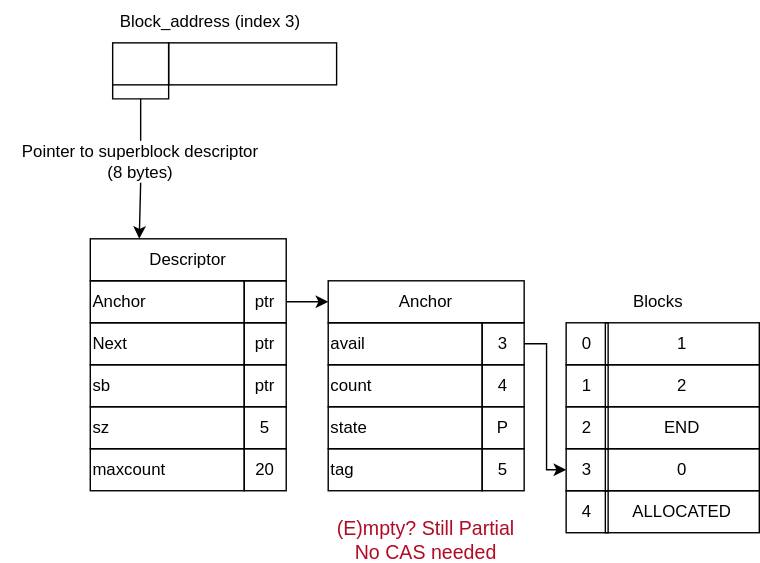
Above: img/free/free-CAS_Empty.drawio.svg in ConcLab/Docs (draw.io), before the change. Source tidied: cells renumbered, new cells last; positions are measured from the earlier drawing's top-left corner, leaving out a move shared by most shapes. Source of this version:
```xml
<mxGraphModel>
  <root>
    <mxCell id="0" />
    <mxCell id="1" parent="0" />
    <mxCell id="2" style="rounded=0;whiteSpace=wrap;html=1;fillColor=none;strokeColor=light-dark(#000000,#FFFFFF);" parent="1" vertex="1">
      <mxGeometry x="80" y="30" width="40" height="30" as="geometry" />
    </mxCell>
    <mxCell id="3" style="rounded=0;whiteSpace=wrap;html=1;fillColor=none;" parent="1" vertex="1">
      <mxGeometry x="120" y="30" width="120" height="30" as="geometry" />
    </mxCell>
    <mxCell id="4" style="endArrow=none;html=1;rounded=0;defaultLabelBackgroundColor=page;labelPadding=0 4;entryX=0;entryY=1;entryDx=0;entryDy=0;exitX=0;exitY=1;exitDx=0;exitDy=0;" parent="1" edge="1" source="3" target="2">
      <mxGeometry x="0.27" relative="1" as="geometry">
        <Array as="points">
          <mxPoint x="120" y="70" />
          <mxPoint x="100" y="70" />
          <mxPoint x="80" y="70" />
        </Array>
      </mxGeometry>
    </mxCell>
    <mxCell id="5" style="endArrow=none;html=1;rounded=0;defaultLabelBackgroundColor=page;labelPadding=0 4;" parent="1" edge="1" source="41">
      <mxGeometry relative="1" as="geometry">
        <mxPoint x="100" y="70" as="targetPoint" />
      </mxGeometry>
    </mxCell>
    <mxCell id="6" value="Descriptor" style="rounded=0;whiteSpace=wrap;html=1;fillColor=none;" parent="1" vertex="1">
      <mxGeometry x="64" y="170" width="140" height="30" as="geometry" />
    </mxCell>
    <mxCell id="7" value="Anchor" style="rounded=0;whiteSpace=wrap;html=1;align=left;fontColor=light-dark(#000000,#FFFFFF);strokeWidth=1;strokeColor=light-dark(#000000,#FFFFFF);fillColor=none;" parent="1" vertex="1">
      <mxGeometry x="64" y="200" width="110" height="30" as="geometry" />
    </mxCell>
    <mxCell id="8" value="ptr" style="rounded=0;whiteSpace=wrap;html=1;fontColor=light-dark(#000000,#FFFFFF);strokeWidth=1;strokeColor=light-dark(#000000,#FFFFFF);fillColor=none;" parent="1" vertex="1">
      <mxGeometry x="174" y="200" width="30" height="30" as="geometry" />
    </mxCell>
    <mxCell id="9" value="Next" style="rounded=0;whiteSpace=wrap;html=1;align=left;fillColor=none;" parent="1" vertex="1">
      <mxGeometry x="64" y="230" width="110" height="30" as="geometry" />
    </mxCell>
    <mxCell id="10" value="ptr" style="rounded=0;whiteSpace=wrap;html=1;fillColor=none;" parent="1" vertex="1">
      <mxGeometry x="174" y="230" width="30" height="30" as="geometry" />
    </mxCell>
    <mxCell id="11" value="sb" style="rounded=0;whiteSpace=wrap;html=1;align=left;fillColor=none;" parent="1" vertex="1">
      <mxGeometry x="64" y="260" width="110" height="30" as="geometry" />
    </mxCell>
    <mxCell id="12" value="ptr" style="rounded=0;whiteSpace=wrap;html=1;fillColor=none;" parent="1" vertex="1">
      <mxGeometry x="174" y="260" width="30" height="30" as="geometry" />
    </mxCell>
    <mxCell id="13" value="sz" style="rounded=0;whiteSpace=wrap;html=1;align=left;fillColor=none;" parent="1" vertex="1">
      <mxGeometry x="64" y="290" width="110" height="30" as="geometry" />
    </mxCell>
    <mxCell id="14" value="5" style="rounded=0;whiteSpace=wrap;html=1;fillColor=none;" parent="1" vertex="1">
      <mxGeometry x="174" y="290" width="30" height="30" as="geometry" />
    </mxCell>
    <mxCell id="15" value="maxcount" style="rounded=0;whiteSpace=wrap;html=1;align=left;fillColor=none;" parent="1" vertex="1">
      <mxGeometry x="64" y="320" width="110" height="30" as="geometry" />
    </mxCell>
    <mxCell id="16" value="20" style="rounded=0;whiteSpace=wrap;html=1;fillColor=none;" parent="1" vertex="1">
      <mxGeometry x="174" y="320" width="30" height="30" as="geometry" />
    </mxCell>
    <mxCell id="17" style="endArrow=classic;html=1;rounded=0;defaultLabelBackgroundColor=page;labelPadding=0 4;exitX=1;exitY=0.5;exitDx=0;exitDy=0;entryX=0;entryY=0.5;entryDx=0;entryDy=0;strokeColor=light-dark(#000000,#FFFFFF);" parent="1" edge="1" source="8" target="18">
      <mxGeometry relative="1" as="geometry" />
    </mxCell>
    <mxCell id="18" value="Anchor" style="rounded=0;whiteSpace=wrap;html=1;fillColor=none;" parent="1" vertex="1">
      <mxGeometry x="234" y="200" width="140" height="30" as="geometry" />
    </mxCell>
    <mxCell id="19" value="avail" style="rounded=0;whiteSpace=wrap;html=1;align=left;fillColor=none;" parent="1" vertex="1">
      <mxGeometry x="234" y="230" width="110" height="30" as="geometry" />
    </mxCell>
    <mxCell id="20" value="3" style="rounded=0;whiteSpace=wrap;html=1;fontColor=light-dark(#000000,#FFFFFF);strokeColor=light-dark(#000000,#FFFFFF);fillColor=none;" parent="1" vertex="1">
      <mxGeometry x="344" y="230" width="30" height="30" as="geometry" />
    </mxCell>
    <mxCell id="21" value="1" style="rounded=0;whiteSpace=wrap;html=1;align=center;fillColor=none;" parent="1" vertex="1">
      <mxGeometry x="432" y="230" width="110" height="30" as="geometry" />
    </mxCell>
    <mxCell id="22" value="0" style="rounded=0;whiteSpace=wrap;html=1;fillColor=none;" parent="1" vertex="1">
      <mxGeometry x="404" y="230" width="30" height="30" as="geometry" />
    </mxCell>
    <mxCell id="23" value="Blocks" style="text;html=1;whiteSpace=wrap;strokeColor=none;fillColor=none;align=center;verticalAlign=middle;rounded=0;" parent="1" vertex="1">
      <mxGeometry x="440" y="200" width="60" height="30" as="geometry" />
    </mxCell>
    <mxCell id="24" value="2" style="rounded=0;whiteSpace=wrap;html=1;align=center;fillColor=none;" parent="1" vertex="1">
      <mxGeometry x="432" y="260" width="110" height="30" as="geometry" />
    </mxCell>
    <mxCell id="25" value="1" style="rounded=0;whiteSpace=wrap;html=1;fillColor=none;" parent="1" vertex="1">
      <mxGeometry x="404" y="260" width="30" height="30" as="geometry" />
    </mxCell>
    <mxCell id="26" value="END" style="rounded=0;whiteSpace=wrap;html=1;align=center;fillColor=none;" parent="1" vertex="1">
      <mxGeometry x="432" y="290" width="110" height="30" as="geometry" />
    </mxCell>
    <mxCell id="27" value="2" style="rounded=0;whiteSpace=wrap;html=1;fillColor=none;" parent="1" vertex="1">
      <mxGeometry x="404" y="290" width="30" height="30" as="geometry" />
    </mxCell>
    <mxCell id="28" value="0" style="rounded=0;whiteSpace=wrap;html=1;align=center;fontColor=light-dark(#000000,#FFFFFF);strokeColor=light-dark(#000000,#FFFFFF);strokeWidth=1;fillColor=none;" parent="1" vertex="1">
      <mxGeometry x="432" y="320" width="110" height="30" as="geometry" />
    </mxCell>
    <mxCell id="29" value="3" style="rounded=0;whiteSpace=wrap;html=1;fillColor=none;" parent="1" vertex="1">
      <mxGeometry x="404" y="320" width="30" height="30" as="geometry" />
    </mxCell>
    <mxCell id="30" value="ALLOCATED" style="rounded=0;whiteSpace=wrap;html=1;align=center;fillColor=none;" parent="1" vertex="1">
      <mxGeometry x="432" y="350" width="110" height="30" as="geometry" />
    </mxCell>
    <mxCell id="31" value="4" style="rounded=0;whiteSpace=wrap;html=1;fillColor=none;" parent="1" vertex="1">
      <mxGeometry x="404" y="350" width="30" height="30" as="geometry" />
    </mxCell>
    <mxCell id="32" style="endArrow=classic;html=1;rounded=0;defaultLabelBackgroundColor=page;labelPadding=0 4;exitX=1;exitY=0.5;exitDx=0;exitDy=0;entryX=0;entryY=0.5;entryDx=0;entryDy=0;fontColor=light-dark(#000000,#B10B25);strokeColor=light-dark(#000000,#FFFFFF);" parent="1" edge="1" source="20" target="29">
      <mxGeometry relative="1" as="geometry">
        <Array as="points">
          <mxPoint x="390" y="245" />
          <mxPoint x="390" y="335" />
        </Array>
      </mxGeometry>
    </mxCell>
    <mxCell id="33" value="count" style="rounded=0;whiteSpace=wrap;html=1;align=left;fillColor=none;" parent="1" vertex="1">
      <mxGeometry x="234" y="260" width="110" height="30" as="geometry" />
    </mxCell>
    <mxCell id="34" value="4" style="rounded=0;whiteSpace=wrap;html=1;strokeColor=light-dark(#000000,#FFFFFF);fontColor=light-dark(#000000,#FFFFFF);strokeWidth=1;fillColor=none;" parent="1" vertex="1">
      <mxGeometry x="344" y="260" width="30" height="30" as="geometry" />
    </mxCell>
    <mxCell id="35" value="state" style="rounded=0;whiteSpace=wrap;html=1;align=left;fillColor=none;" parent="1" vertex="1">
      <mxGeometry x="234" y="290" width="110" height="30" as="geometry" />
    </mxCell>
    <mxCell id="36" value="P" style="rounded=0;whiteSpace=wrap;html=1;fontColor=light-dark(#000000,#FFFFFF);strokeColor=light-dark(#000000,#FFFFFF);fillColor=none;" parent="1" vertex="1">
      <mxGeometry x="344" y="290" width="30" height="30" as="geometry" />
    </mxCell>
    <mxCell id="37" value="tag" style="rounded=0;whiteSpace=wrap;html=1;align=left;fillColor=none;" parent="1" vertex="1">
      <mxGeometry x="234" y="320" width="110" height="30" as="geometry" />
    </mxCell>
    <mxCell id="38" value="5" style="rounded=0;whiteSpace=wrap;html=1;fillColor=none;" parent="1" vertex="1">
      <mxGeometry x="344" y="320" width="30" height="30" as="geometry" />
    </mxCell>
    <mxCell id="39" style="endArrow=classic;html=1;rounded=0;defaultLabelBackgroundColor=page;labelPadding=0 4;exitX=0.5;exitY=1;exitDx=0;exitDy=0;entryX=0.25;entryY=0;entryDx=0;entryDy=0;" parent="1" edge="1" source="41" target="6">
      <mxGeometry relative="1" as="geometry" />
    </mxCell>
    <mxCell id="40" style="endArrow=none;html=1;rounded=0;defaultLabelBackgroundColor=page;labelPadding=0 4;" parent="1" edge="1" target="41">
      <mxGeometry relative="1" as="geometry">
        <mxPoint x="100" y="100" as="sourcePoint" />
      </mxGeometry>
    </mxCell>
    <mxCell id="41" value="&lt;div&gt;Pointer to superblock descriptor&lt;/div&gt;(8 bytes)" style="text;html=1;whiteSpace=wrap;strokeColor=none;fillColor=none;align=center;verticalAlign=middle;rounded=0;fontColor=light-dark(#000000,#FFFFFF);" parent="1" vertex="1">
      <mxGeometry y="100" width="200" height="30" as="geometry" />
    </mxCell>
    <mxCell id="42" value="&lt;div&gt;Block_address (index 3)&lt;/div&gt;" style="text;html=1;whiteSpace=wrap;strokeColor=none;fillColor=none;align=center;verticalAlign=middle;rounded=0;" parent="1" vertex="1">
      <mxGeometry x="80" width="140" height="30" as="geometry" />
    </mxCell>
    <mxCell id="43" value="(E)mpty? Still Partial&lt;br&gt;No CAS needed" style="text;html=1;whiteSpace=wrap;strokeColor=none;fillColor=none;align=center;verticalAlign=middle;rounded=0;fontColor=light-dark(#B10B25,#B10B25);fontSize=14;" parent="1" vertex="1">
      <mxGeometry x="227" y="370" width="154" height="30" as="geometry" />
    </mxCell>
  </root>
</mxGraphModel>
```
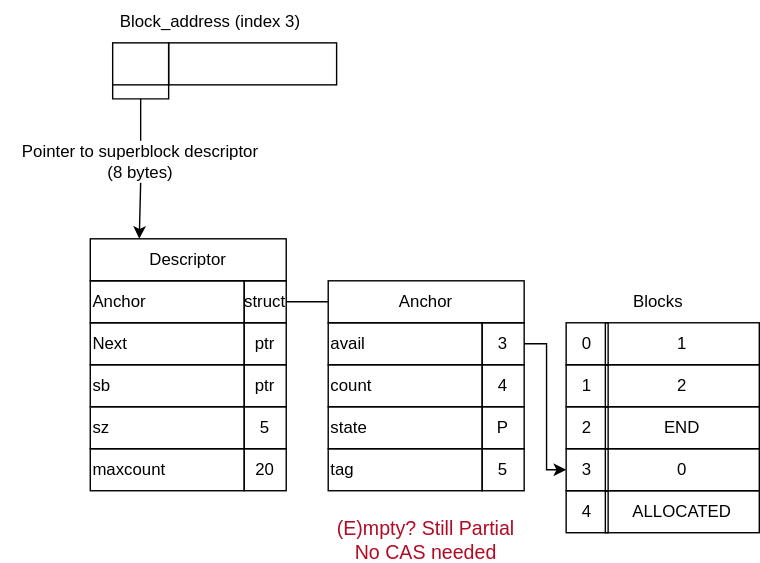
The same file after the commit.

Change to the diagram source:
```diff
@@ -28,7 +28,7 @@
     <mxCell id="7" value="Anchor" style="rounded=0;whiteSpace=wrap;html=1;align=left;fontColor=light-dark(#000000,#FFFFFF);strokeWidth=1;strokeColor=light-dark(#000000,#FFFFFF);fillColor=none;" parent="1" vertex="1">
       <mxGeometry x="64" y="200" width="110" height="30" as="geometry" />
     </mxCell>
-    <mxCell id="8" value="ptr" style="rounded=0;whiteSpace=wrap;html=1;fontColor=light-dark(#000000,#FFFFFF);strokeWidth=1;strokeColor=light-dark(#000000,#FFFFFF);fillColor=none;" parent="1" vertex="1">
+    <mxCell id="8" value="struct" style="rounded=0;whiteSpace=wrap;html=1;fontColor=light-dark(#000000,#FFFFFF);strokeWidth=1;strokeColor=light-dark(#000000,#FFFFFF);fillColor=none;" parent="1" vertex="1">
       <mxGeometry x="174" y="200" width="30" height="30" as="geometry" />
     </mxCell>
     <mxCell id="9" value="Next" style="rounded=0;whiteSpace=wrap;html=1;align=left;fillColor=none;" parent="1" vertex="1">
@@ -55,7 +55,7 @@
     <mxCell id="16" value="20" style="rounded=0;whiteSpace=wrap;html=1;fillColor=none;" parent="1" vertex="1">
       <mxGeometry x="174" y="320" width="30" height="30" as="geometry" />
     </mxCell>
-    <mxCell id="17" style="endArrow=classic;html=1;rounded=0;defaultLabelBackgroundColor=page;labelPadding=0 4;exitX=1;exitY=0.5;exitDx=0;exitDy=0;entryX=0;entryY=0.5;entryDx=0;entryDy=0;strokeColor=light-dark(#000000,#FFFFFF);" parent="1" edge="1" source="8" target="18">
+    <mxCell id="17" style="endArrow=none;html=1;rounded=0;defaultLabelBackgroundColor=page;labelPadding=0 4;exitX=1;exitY=0.5;exitDx=0;exitDy=0;entryX=0;entryY=0.5;entryDx=0;entryDy=0;strokeColor=light-dark(#000000,#FFFFFF);endFill=0;" parent="1" edge="1" source="8" target="18">
       <mxGeometry relative="1" as="geometry" />
     </mxCell>
     <mxCell id="18" value="Anchor" style="rounded=0;whiteSpace=wrap;html=1;fillColor=none;" parent="1" vertex="1">
```
